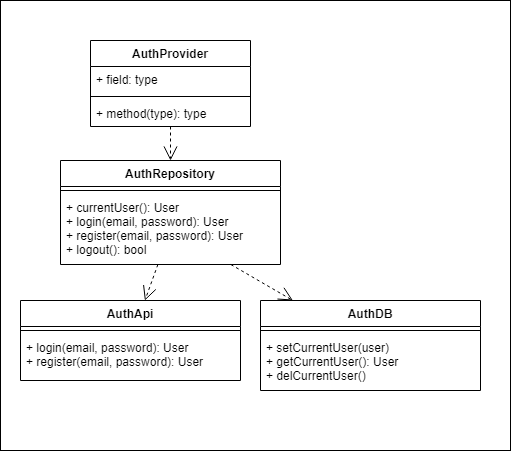
Before: architecture.drawio.png, a diagram exported from draw.io (karthiTox/spaces-app-flutter-client). Source tidied: cells renumbered, new cells last; positions are measured from the earlier drawing's top-left corner, leaving out a move shared by most shapes.
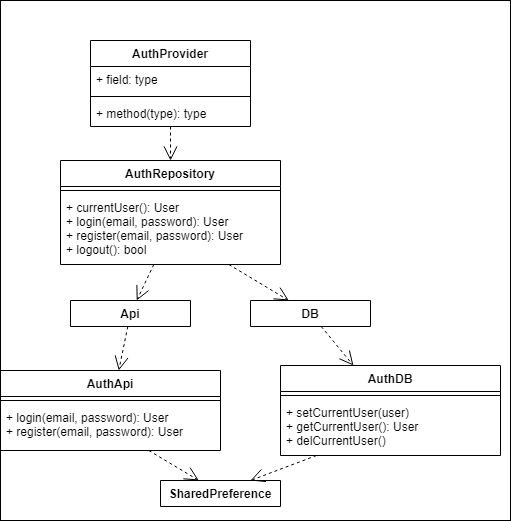
The same file after the commit.

Diff of the diagram source:
```diff
@@ -3,7 +3,7 @@
     <mxCell id="0" />
     <mxCell id="1" parent="0" />
     <mxCell id="2" style="rounded=0;whiteSpace=wrap;html=1;" parent="1" vertex="1">
-      <mxGeometry width="510" height="450" as="geometry" />
+      <mxGeometry width="510" height="520" as="geometry" />
     </mxCell>
     <mxCell id="3" value="AuthProvider" style="swimlane;fontStyle=1;align=center;verticalAlign=top;horizontal=1;startSize=26;" parent="1" vertex="1">
       <mxGeometry x="90" y="40" width="160" height="86" as="geometry" />
@@ -27,7 +27,7 @@
       <mxGeometry y="34" width="220" height="70" as="geometry" />
     </mxCell>
     <mxCell id="10" value="AuthApi" style="swimlane;fontStyle=1;align=center;verticalAlign=top;horizontal=1;startSize=26;" parent="1" vertex="1">
-      <mxGeometry x="20" y="300" width="220" height="80" as="geometry" />
+      <mxGeometry y="370" width="220" height="80" as="geometry" />
     </mxCell>
     <mxCell id="11" style="line;strokeWidth=1;fillColor=none;align=left;verticalAlign=middle;spacingTop=-1;spacingLeft=3;spacingRight=3;labelPosition=right;" parent="10" vertex="1">
       <mxGeometry y="26" width="220" height="8" as="geometry" />
@@ -36,7 +36,7 @@
       <mxGeometry y="34" width="220" height="46" as="geometry" />
     </mxCell>
     <mxCell id="13" value="AuthDB" style="swimlane;fontStyle=1;align=center;verticalAlign=top;horizontal=1;startSize=26;" parent="1" vertex="1">
-      <mxGeometry x="260" y="300" width="220" height="90" as="geometry" />
+      <mxGeometry x="280" y="365" width="220" height="90" as="geometry" />
     </mxCell>
     <mxCell id="14" style="line;strokeWidth=1;fillColor=none;align=left;verticalAlign=middle;spacingTop=-1;spacingLeft=3;spacingRight=3;labelPosition=right;" parent="13" vertex="1">
       <mxGeometry y="26" width="220" height="8" as="geometry" />
@@ -44,14 +44,35 @@
     <mxCell id="15" value="+ setCurrentUser(user)&#10;+ getCurrentUser(): User&#10;+ delCurrentUser()" style="text;strokeColor=none;fillColor=none;align=left;verticalAlign=top;spacingLeft=4;spacingRight=4;overflow=hidden;points=[[0,0.5],[1,0.5]];portConstraint=eastwest;" parent="13" vertex="1">
       <mxGeometry y="34" width="220" height="56" as="geometry" />
     </mxCell>
-    <mxCell id="16" style="endArrow=open;endSize=12;dashed=1;html=1;" parent="1" edge="1" source="9" target="10">
+    <mxCell id="16" style="endArrow=open;endSize=12;dashed=1;html=1;" parent="1" edge="1" source="9" target="19">
       <mxGeometry x="0.12" y="20" relative="1" as="geometry" />
     </mxCell>
-    <mxCell id="17" style="endArrow=open;endSize=12;dashed=1;html=1;" parent="1" edge="1" source="9" target="13">
+    <mxCell id="17" style="endArrow=open;endSize=12;dashed=1;html=1;" parent="1" edge="1" source="9" target="21">
       <mxGeometry x="0.12" y="20" relative="1" as="geometry" />
     </mxCell>
     <mxCell id="18" style="endArrow=open;endSize=12;dashed=1;html=1;" parent="1" edge="1" source="3" target="7">
       <mxGeometry x="0.12" y="20" relative="1" as="geometry" />
     </mxCell>
+    <mxCell id="19" value="Api" style="swimlane;fontStyle=1;align=center;verticalAlign=top;horizontal=1;startSize=26;" parent="1" vertex="1" collapsed="1">
+      <mxGeometry x="70" y="300" width="120" height="26" as="geometry" />
+    </mxCell>
+    <mxCell id="20" style="endArrow=open;endSize=12;dashed=1;html=1;" parent="1" edge="1" source="19" target="10">
+      <mxGeometry x="0.12" y="20" relative="1" as="geometry" />
+    </mxCell>
+    <mxCell id="21" value="DB" style="swimlane;fontStyle=1;align=center;verticalAlign=top;horizontal=1;startSize=26;" parent="1" vertex="1" collapsed="1">
+      <mxGeometry x="250" y="300" width="120" height="26" as="geometry" />
+    </mxCell>
+    <mxCell id="22" style="endArrow=open;endSize=12;dashed=1;html=1;" parent="1" edge="1" source="21" target="13">
+      <mxGeometry x="0.12" y="20" relative="1" as="geometry" />
+    </mxCell>
+    <mxCell id="23" value="SharedPreference" style="swimlane;fontStyle=1;align=center;verticalAlign=top;horizontal=1;startSize=26;" parent="1" vertex="1" collapsed="1">
+      <mxGeometry x="160" y="480" width="120" height="26" as="geometry" />
+    </mxCell>
+    <mxCell id="24" style="endArrow=open;endSize=12;dashed=1;html=1;" parent="1" edge="1" source="12" target="23">
+      <mxGeometry x="0.12" y="20" relative="1" as="geometry" />
+    </mxCell>
+    <mxCell id="25" style="endArrow=open;endSize=12;dashed=1;html=1;entryX=0.75;entryY=0;entryDx=0;entryDy=0;" parent="1" edge="1" source="15" target="23">
+      <mxGeometry x="0.12" y="20" relative="1" as="geometry" />
+    </mxCell>
   </root>
 </mxGraphModel>
```
